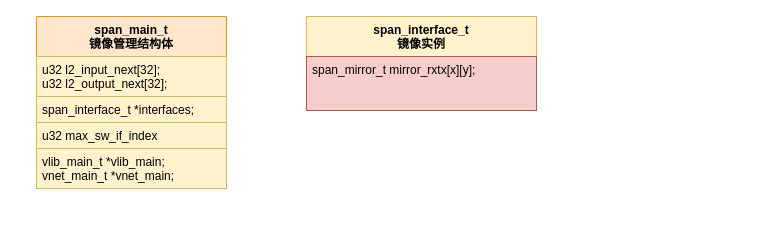
Above: new_map/vpp-span.drawio in jin13417/dpdk-vpp-learning (draw.io), before the change. Source tidied: cells renumbered, new cells numbered last; positions are measured from the earlier drawing's top-left corner, leaving out a move shared by most shapes. Both pictures are drawn from the tidied source at 100%, with x=0, y=0 at pixel (36, 16).
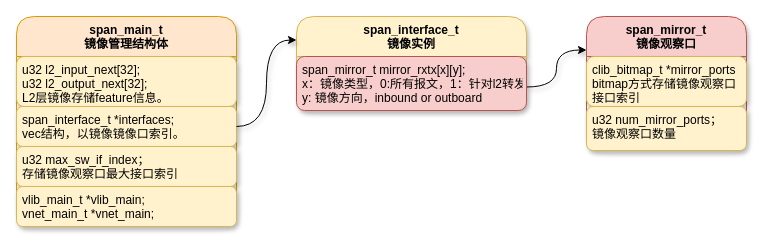
The same diagram, later.

The edit, as a diff of the source:
```diff
@@
 <mxGraphModel>
   <root>
     <mxCell id="0" />
     <mxCell id="1" parent="0" />
-    <mxCell id="2" value="span_main_t&#10;镜像管理结构体" style="swimlane;fontStyle=1;align=center;verticalAlign=top;horizontal=1;startSize=40;fillColor=#ffe6cc;strokeColor=#d79b00;" parent="1" vertex="1">
-      <mxGeometry width="190" height="172" as="geometry" />
+    <mxCell id="2" value="span_main_t&#10;镜像管理结构体" style="swimlane;fontStyle=1;align=center;verticalAlign=top;horizontal=1;startSize=40;fillColor=#ffe6cc;strokeColor=#d79b00;shadow=1;rounded=1;" parent="1" vertex="1">
+      <mxGeometry x="-20" width="220" height="210" as="geometry" />
     </mxCell>
-    <mxCell id="3" value="u32 l2_input_next[32];&#10;u32 l2_output_next[32];" style="text;strokeColor=#d6b656;fillColor=#fff2cc;align=left;verticalAlign=top;spacingLeft=4;spacingRight=4;overflow=hidden;" parent="2" vertex="1">
-      <mxGeometry y="40" width="190" height="40" as="geometry" />
+    <mxCell id="3" value="u32 l2_input_next[32];&#10;u32 l2_output_next[32];&#10;L2层镜像存储feature信息。" style="text;strokeColor=#d6b656;fillColor=#fff2cc;align=left;verticalAlign=top;spacingLeft=4;spacingRight=4;overflow=hidden;shadow=1;rounded=1;" parent="2" vertex="1">
+      <mxGeometry y="40" width="220" height="50" as="geometry" />
     </mxCell>
-    <mxCell id="4" value="span_interface_t *interfaces;" style="text;strokeColor=#d6b656;fillColor=#fff2cc;align=left;verticalAlign=top;spacingLeft=4;spacingRight=4;overflow=hidden;points=[[0,0.5],[1,0.5]];portConstraint=eastwest;" parent="2" vertex="1">
-      <mxGeometry y="80" width="190" height="26" as="geometry" />
+    <mxCell id="4" value="span_interface_t *interfaces;&#10;vec结构，以镜像镜像口索引。" style="text;strokeColor=#d6b656;fillColor=#fff2cc;align=left;verticalAlign=top;spacingLeft=4;spacingRight=4;overflow=hidden;points=[[0,0.5],[1,0.5]];portConstraint=eastwest;shadow=1;rounded=1;" parent="2" vertex="1">
+      <mxGeometry y="90" width="220" height="40" as="geometry" />
     </mxCell>
-    <mxCell id="5" value="u32 max_sw_if_index" style="text;fillColor=#fff2cc;align=left;verticalAlign=top;spacingLeft=4;spacingRight=4;overflow=hidden;strokeColor=#d6b656;" parent="2" vertex="1">
-      <mxGeometry y="106" width="190" height="26" as="geometry" />
+    <mxCell id="5" value="u32 max_sw_if_index；&#10;存储镜像观察口最大接口索引" style="text;fillColor=#fff2cc;align=left;verticalAlign=top;spacingLeft=4;spacingRight=4;overflow=hidden;strokeColor=#d6b656;shadow=1;rounded=1;" parent="2" vertex="1">
+      <mxGeometry y="130" width="220" height="40" as="geometry" />
     </mxCell>
-    <mxCell id="6" value="vlib_main_t *vlib_main;&#10;vnet_main_t *vnet_main;" style="text;fillColor=#fff2cc;align=left;verticalAlign=top;spacingLeft=4;spacingRight=4;overflow=hidden;strokeColor=#d6b656;" parent="2" vertex="1">
-      <mxGeometry y="132" width="190" height="40" as="geometry" />
+    <mxCell id="6" value="vlib_main_t *vlib_main;&#10;vnet_main_t *vnet_main;" style="text;fillColor=#fff2cc;align=left;verticalAlign=top;spacingLeft=4;spacingRight=4;overflow=hidden;strokeColor=#d6b656;shadow=1;rounded=1;" parent="2" vertex="1">
+      <mxGeometry y="170" width="220" height="40" as="geometry" />
     </mxCell>
+    <mxCell id="9" style="edgeStyle=orthogonalEdgeStyle;jettySize=auto;html=1;exitX=1;exitY=0.75;exitDx=0;exitDy=0;entryX=0;entryY=0.25;entryDx=0;entryDy=0;shadow=1;curved=1;" parent="1" edge="1" source="7" target="10">
+      <mxGeometry relative="1" as="geometry" />
+    </mxCell>
-    <mxCell id="7" value="span_interface_t&#10;镜像实例" style="swimlane;fontStyle=1;align=center;verticalAlign=top;horizontal=1;startSize=40;strokeColor=#d6b656;fillColor=#fff2cc;" parent="1" vertex="1">
-      <mxGeometry x="270" width="230" height="94" as="geometry" />
+    <mxCell id="7" value="span_interface_t&#10;镜像实例" style="swimlane;fontStyle=1;align=center;verticalAlign=top;horizontal=1;startSize=40;strokeColor=#d6b656;fillColor=#fff2cc;shadow=1;rounded=1;" parent="1" vertex="1">
+      <mxGeometry x="260" width="230" height="94" as="geometry" />
     </mxCell>
-    <mxCell id="8" value="span_mirror_t mirror_rxtx[x][y];" style="text;strokeColor=#b85450;fillColor=#f8cecc;align=left;verticalAlign=top;spacingLeft=4;spacingRight=4;overflow=hidden;" parent="7" vertex="1">
+    <mxCell id="8" value="span_mirror_t mirror_rxtx[x][y];&#10;x：镜像类型，0:所有报文，1：针对l2转发&#10;y: 镜像方向，inbound or outboard" style="text;strokeColor=#b85450;fillColor=#f8cecc;align=left;verticalAlign=top;spacingLeft=4;spacingRight=4;overflow=hidden;shadow=1;rounded=1;" parent="7" vertex="1">
       <mxGeometry y="40" width="230" height="54" as="geometry" />
     </mxCell>
+    <mxCell id="10" value="span_mirror_t&#10;镜像观察口" style="swimlane;fontStyle=1;align=center;verticalAlign=top;horizontal=1;startSize=40;strokeColor=#b85450;fillColor=#f8cecc;shadow=1;rounded=1;" parent="1" vertex="1">
+      <mxGeometry x="550" width="160" height="134" as="geometry" />
+    </mxCell>
+    <mxCell id="11" value="clib_bitmap_t *mirror_ports&#10;bitmap方式存储镜像观察口&#10;接口索引" style="text;strokeColor=#d6b656;fillColor=#fff2cc;align=left;verticalAlign=top;spacingLeft=4;spacingRight=4;overflow=hidden;shadow=1;rounded=1;" parent="10" vertex="1">
+      <mxGeometry y="40" width="160" height="50" as="geometry" />
+    </mxCell>
+    <mxCell id="12" value="u32 num_mirror_ports；&#10;镜像观察口数量" style="text;fillColor=#fff2cc;align=left;verticalAlign=top;spacingLeft=4;spacingRight=4;overflow=hidden;strokeColor=#d6b656;shadow=1;rounded=1;" parent="10" vertex="1">
+      <mxGeometry y="90" width="160" height="44" as="geometry" />
+    </mxCell>
+    <mxCell id="13" style="edgeStyle=orthogonalEdgeStyle;jettySize=auto;html=1;exitX=1;exitY=0.5;exitDx=0;exitDy=0;entryX=0;entryY=0.25;entryDx=0;entryDy=0;shadow=1;curved=1;" parent="1" edge="1" source="4" target="7">
+      <mxGeometry relative="1" as="geometry" />
+    </mxCell>
   </root>
 </mxGraphModel>
```
